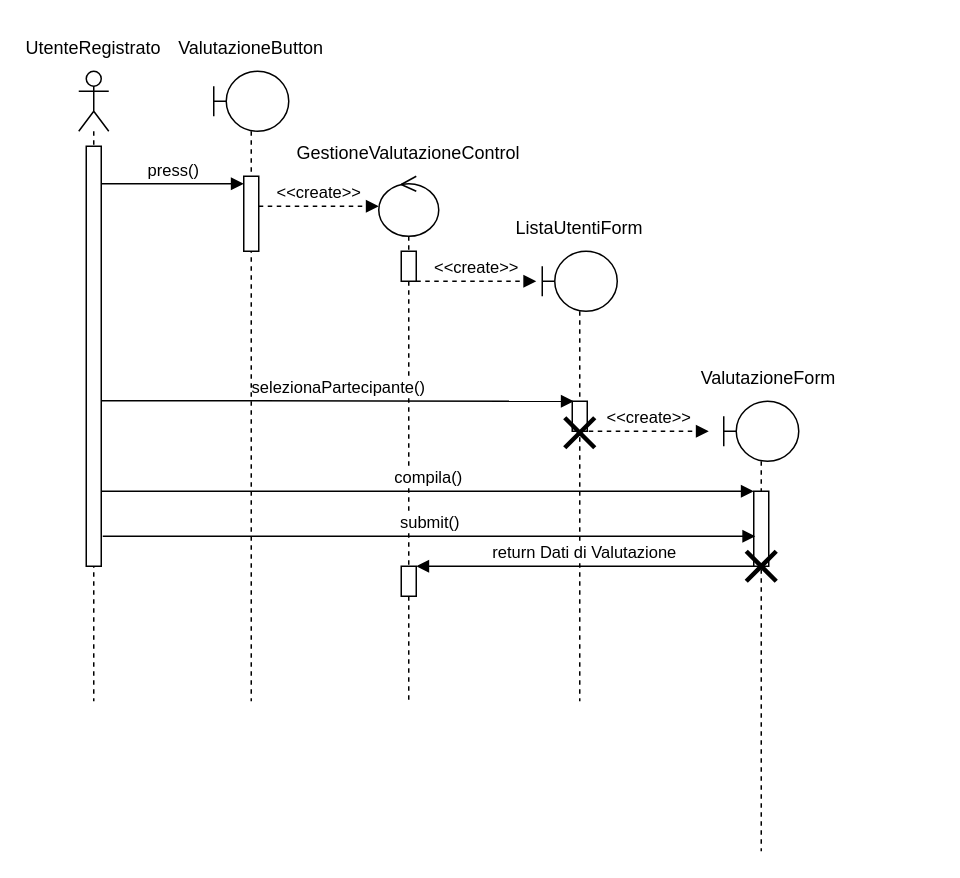
alexbnls/progetto-is keeps this draw.io diagram as RATING.drawio. Above is the earlier version. Source tidied: cells renumbered, new cells numbered last; positions are measured from the earlier drawing's top-left corner, leaving out a move shared by most shapes. Both pictures are drawn from the tidied source at 150%, with x=0, y=0 at pixel (48, 26).
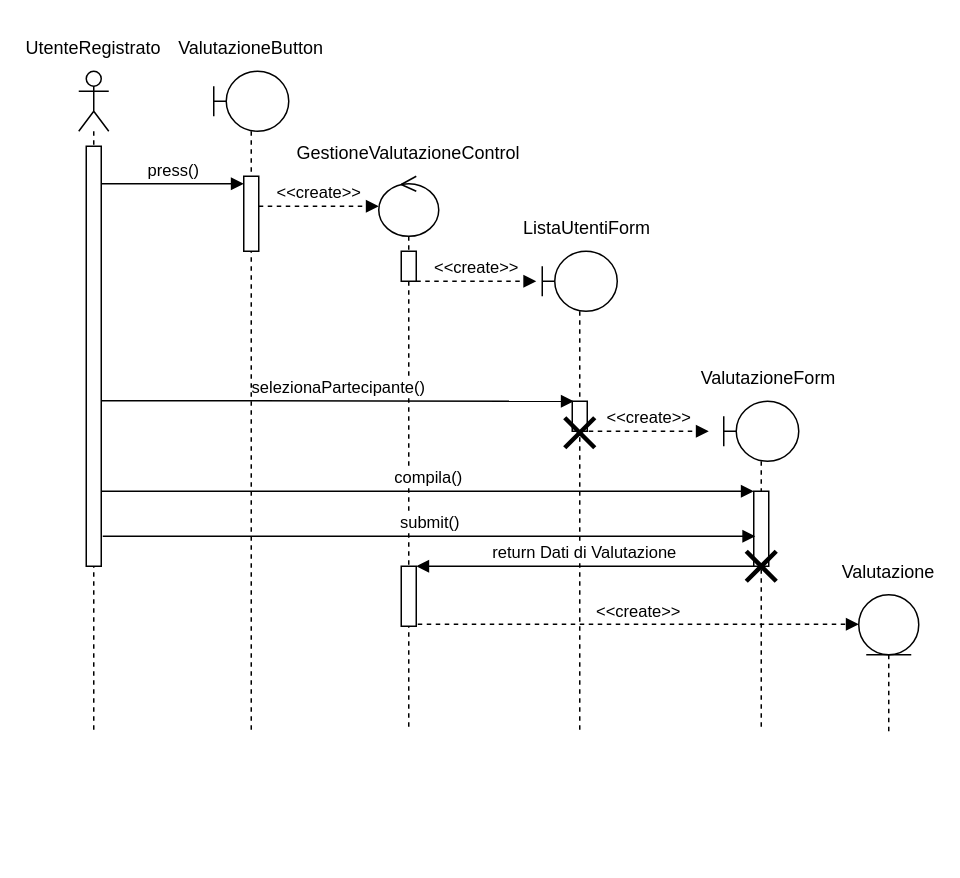
Above is the later version.

What changed in the source:
```diff
@@
     <mxCell id="2" style="shape=umlLifeline;perimeter=lifelinePerimeter;whiteSpace=wrap;html=1;newEdgeStyle={&quot;curved&quot;:0,&quot;rounded&quot;:0};participant=umlBoundary;" parent="1" vertex="1">
-      <mxGeometry x="110" y="30" width="50" height="420" as="geometry" />
+      <mxGeometry x="110" y="30" width="50" height="440" as="geometry" />
     </mxCell>
@@
     <mxCell id="4" style="shape=umlLifeline;perimeter=lifelinePerimeter;whiteSpace=wrap;html=1;newEdgeStyle={&quot;curved&quot;:0,&quot;rounded&quot;:0};participant=umlActor;size=40;" parent="1" vertex="1">
-      <mxGeometry x="20" y="30" width="20" height="420" as="geometry" />
+      <mxGeometry x="20" y="30" width="20" height="440" as="geometry" />
     </mxCell>
@@
     <mxCell id="10" style="shape=umlLifeline;perimeter=lifelinePerimeter;whiteSpace=wrap;html=1;newEdgeStyle={&quot;curved&quot;:0,&quot;rounded&quot;:0};participant=umlControl;" parent="1" vertex="1">
-      <mxGeometry x="220" y="100" width="40" height="350" as="geometry" />
+      <mxGeometry x="220" y="100" width="40" height="370" as="geometry" />
     </mxCell>
@@
     <mxCell id="12" style="html=1;points=[[0,0,0,0,5],[0,1,0,0,-5],[1,0,0,0,5],[1,1,0,0,-5]];perimeter=orthogonalPerimeter;outlineConnect=0;targetShapes=umlLifeline;portConstraint=eastwest;newEdgeStyle={&quot;curved&quot;:0,&quot;rounded&quot;:0};" parent="10" vertex="1">
-      <mxGeometry x="15" y="260" width="10" height="20" as="geometry" />
+      <mxGeometry x="15" y="260" width="10" height="40" as="geometry" />
     </mxCell>
@@
     <mxCell id="15" style="shape=umlLifeline;perimeter=lifelinePerimeter;whiteSpace=wrap;html=1;newEdgeStyle={&quot;curved&quot;:0,&quot;rounded&quot;:0};participant=umlBoundary;" parent="1" vertex="1">
-      <mxGeometry x="329" y="150" width="50" height="300" as="geometry" />
+      <mxGeometry x="329" y="150" width="50" height="320" as="geometry" />
     </mxCell>
@@
     <mxCell id="18" value="ListaUtentiForm" style="text;html=1;whiteSpace=wrap;strokeColor=none;fillColor=none;align=center;verticalAlign=middle;rounded=0;" parent="1" vertex="1">
-      <mxGeometry x="324" y="120" width="60" height="30" as="geometry" />
+      <mxGeometry x="329" y="120" width="60" height="30" as="geometry" />
     </mxCell>
@@
     <mxCell id="21" style="shape=umlLifeline;perimeter=lifelinePerimeter;whiteSpace=wrap;html=1;newEdgeStyle={&quot;curved&quot;:0,&quot;rounded&quot;:0};participant=umlBoundary;" parent="1" vertex="1">
-      <mxGeometry x="450" y="250" width="50" height="300" as="geometry" />
+      <mxGeometry x="450" y="250" width="50" height="220" as="geometry" />
     </mxCell>
@@
+    <mxCell id="28" value="&amp;lt;&amp;lt;create&amp;gt;&amp;gt;" style="html=1;verticalAlign=bottom;endArrow=block;curved=0;rounded=0;dashed=1;entryX=0;entryY=0.216;entryDx=0;entryDy=0;entryPerimeter=0;" parent="1" edge="1" target="29">
+      <mxGeometry relative="1" as="geometry">
+        <mxPoint x="246" y="398.6" as="sourcePoint" />
+      </mxGeometry>
+    </mxCell>
+    <mxCell id="29" style="shape=umlLifeline;perimeter=lifelinePerimeter;whiteSpace=wrap;html=1;outlineConnect=0;portConstraint=eastwest;newEdgeStyle={&quot;curved&quot;:0,&quot;rounded&quot;:0};participant=umlEntity;" parent="1" vertex="1">
+      <mxGeometry x="540" y="379" width="40" height="91" as="geometry" />
+    </mxCell>
+    <mxCell id="30" value="Valutazione" style="text;html=1;whiteSpace=wrap;strokeColor=none;fillColor=none;align=center;verticalAlign=middle;rounded=0;" parent="1" vertex="1">
+      <mxGeometry x="530" y="349" width="60" height="30" as="geometry" />
+    </mxCell>
```
